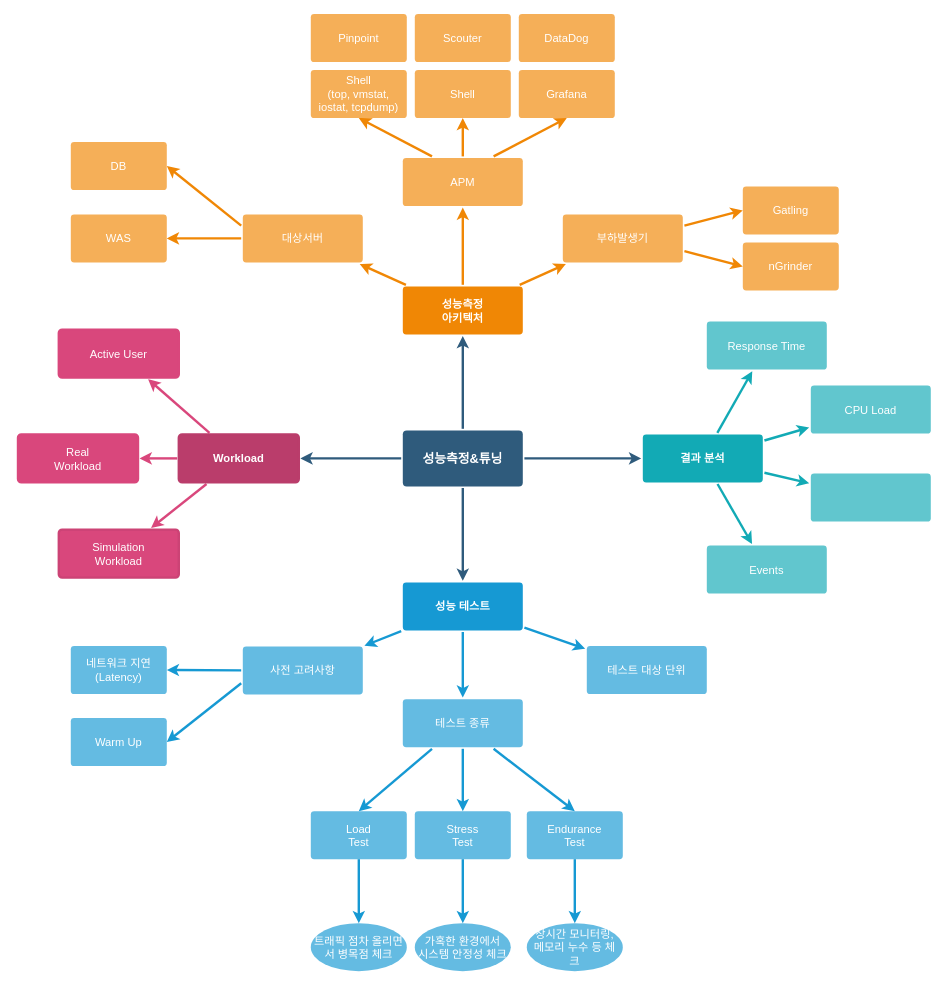
Earlier version of the draw.io diagram resources/application_performance.drawio (traeper/application_performance). Source tidied: cells renumbered, new cells numbered last; positions are measured from the earlier drawing's top-left corner, leaving out a move shared by most shapes. Both pictures are drawn from the tidied source at 80%, with x=0, y=0 at pixel (18, 14).
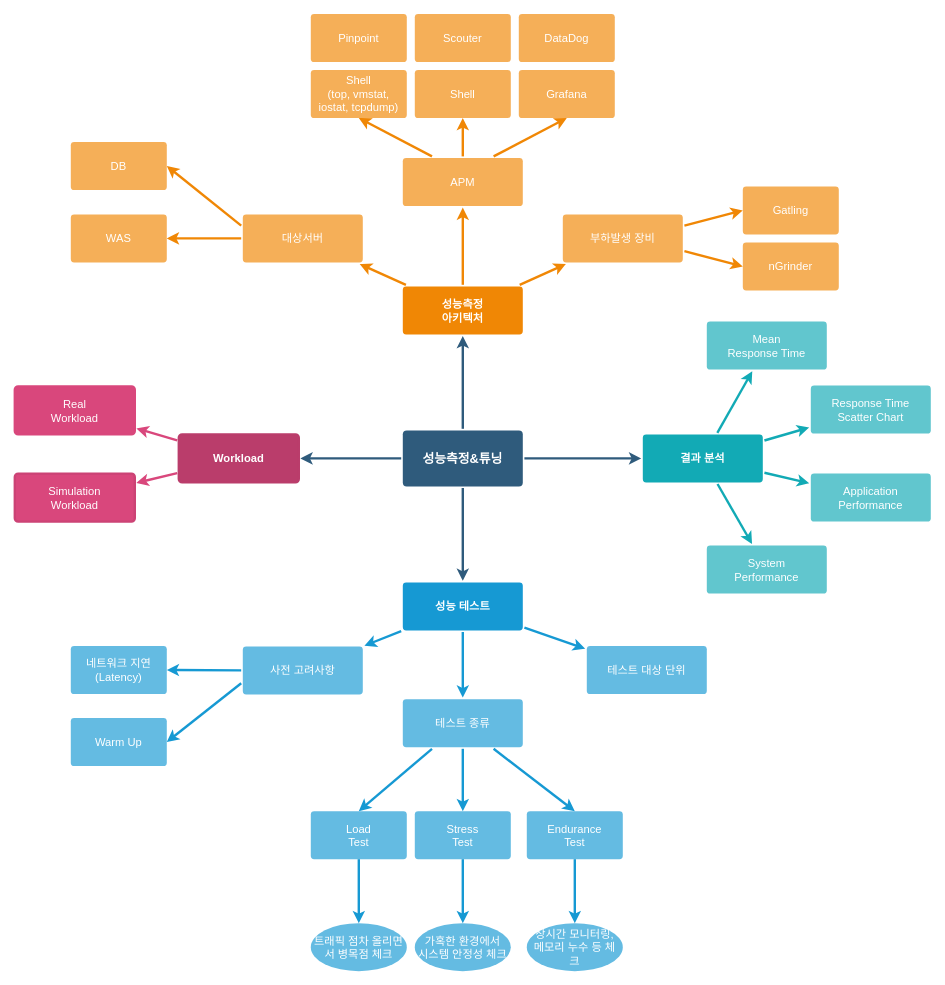
After the change.

The change refers to these unchanged cells:
```xml
<mxCell id="10" value="Workload" style="rounded=1;whiteSpace=wrap;html=1;shadow=0;labelBackgroundColor=none;strokeColor=#BA3D6B;strokeWidth=3;fillColor=#BA3D6B;fontFamily=Helvetica;fontSize=14;fontColor=#FFFFFF;align=center;spacing=5;fontStyle=1;arcSize=7;perimeterSpacing=2;" parent="1" vertex="1">
  <mxGeometry x="201" y="525.5" width="150" height="60" as="geometry" />
</mxCell>
```

Change to the diagram source:
```diff
@@
-    <mxCell id="7" style="edgeStyle=none;rounded=1;jumpStyle=none;html=1;shadow=0;labelBackgroundColor=none;startArrow=none;startFill=0;jettySize=auto;strokeColor=#D9477C;strokeWidth=3;fontFamily=Helvetica;fontSize=14;fontColor=#FFFFFF;spacing=5;fontStyle=1;fillColor=#60a917;" parent="1" edge="1" source="10" target="13">
-      <mxGeometry relative="1" as="geometry" />
-    </mxCell>
@@
     <mxCell id="11" value="Simulation &lt;br&gt;Workload" style="rounded=1;whiteSpace=wrap;html=1;shadow=0;labelBackgroundColor=none;strokeColor=#CC4375;strokeWidth=3;fillColor=#D9477C;fontFamily=Helvetica;fontSize=14;fontColor=#ffffff;align=center;spacing=5;fontStyle=0;arcSize=7;perimeterSpacing=2;" parent="1" vertex="1">
-      <mxGeometry x="51" y="644.5" width="150" height="60" as="geometry" />
+      <mxGeometry x="-4" y="574.5" width="150" height="60" as="geometry" />
     </mxCell>
     <mxCell id="12" value="Real&lt;br&gt;Workload" style="rounded=1;whiteSpace=wrap;html=1;shadow=0;labelBackgroundColor=none;strokeColor=#D9477C;strokeWidth=3;fillColor=#D9477C;fontFamily=Helvetica;fontSize=14;fontColor=#ffffff;align=center;spacing=5;fontStyle=0;arcSize=7;perimeterSpacing=2;" parent="1" vertex="1">
-      <mxGeometry y="525.5" width="150" height="60" as="geometry" />
+      <mxGeometry x="-4" y="465.5" width="150" height="60" as="geometry" />
     </mxCell>
-    <mxCell id="13" value="Active User" style="rounded=1;whiteSpace=wrap;html=1;shadow=0;labelBackgroundColor=none;strokeColor=#D9477C;strokeWidth=3;fillColor=#D9477C;fontFamily=Helvetica;fontSize=14;fontColor=#ffffff;align=center;spacing=5;fontStyle=0;arcSize=7;perimeterSpacing=2;" parent="1" vertex="1">
-      <mxGeometry x="51" y="394.5" width="150" height="60" as="geometry" />
-    </mxCell>
@@
-    <mxCell id="22" value="부하발생기" style="rounded=1;whiteSpace=wrap;html=1;shadow=0;labelBackgroundColor=none;strokeColor=none;strokeWidth=3;fillColor=#f5af58;fontFamily=Helvetica;fontSize=14;fontColor=#FFFFFF;align=center;spacing=5;arcSize=7;perimeterSpacing=2;" parent="1" vertex="1">
+    <mxCell id="22" value="부하발생 장비" style="rounded=1;whiteSpace=wrap;html=1;shadow=0;labelBackgroundColor=none;strokeColor=none;strokeWidth=3;fillColor=#f5af58;fontFamily=Helvetica;fontSize=14;fontColor=#FFFFFF;align=center;spacing=5;arcSize=7;perimeterSpacing=2;" parent="1" vertex="1">
       <mxGeometry x="681" y="250.5" width="150" height="60" as="geometry" />
     </mxCell>
@@
-    <mxCell id="29" value="Events" style="rounded=1;whiteSpace=wrap;html=1;shadow=0;labelBackgroundColor=none;strokeColor=none;strokeWidth=3;fillColor=#61c6ce;fontFamily=Helvetica;fontSize=14;fontColor=#FFFFFF;align=center;spacing=5;fontStyle=0;arcSize=7;perimeterSpacing=2;" parent="1" vertex="1">
+    <mxCell id="29" value="System&lt;br&gt;Performance" style="rounded=1;whiteSpace=wrap;html=1;shadow=0;labelBackgroundColor=none;strokeColor=none;strokeWidth=3;fillColor=#61c6ce;fontFamily=Helvetica;fontSize=14;fontColor=#FFFFFF;align=center;spacing=5;fontStyle=0;arcSize=7;perimeterSpacing=2;" parent="1" vertex="1">
       <mxGeometry x="861" y="664.5" width="150" height="60" as="geometry" />
     </mxCell>
@@
-    <mxCell id="31" style="rounded=1;whiteSpace=wrap;html=1;shadow=0;labelBackgroundColor=none;strokeColor=none;strokeWidth=3;fillColor=#61c6ce;fontFamily=Helvetica;fontSize=14;fontColor=#FFFFFF;align=center;spacing=5;fontStyle=0;arcSize=7;perimeterSpacing=2;" parent="1" vertex="1">
+    <mxCell id="31" value="Application&lt;br&gt;Performance" style="rounded=1;whiteSpace=wrap;html=1;shadow=0;labelBackgroundColor=none;strokeColor=none;strokeWidth=3;fillColor=#61c6ce;fontFamily=Helvetica;fontSize=14;fontColor=#FFFFFF;align=center;spacing=5;fontStyle=0;arcSize=7;perimeterSpacing=2;" parent="1" vertex="1">
       <mxGeometry x="991" y="574.5" width="150" height="60" as="geometry" />
     </mxCell>
@@
-    <mxCell id="33" value="CPU Load" style="rounded=1;whiteSpace=wrap;html=1;shadow=0;labelBackgroundColor=none;strokeColor=none;strokeWidth=3;fillColor=#61c6ce;fontFamily=Helvetica;fontSize=14;fontColor=#FFFFFF;align=center;spacing=5;fontStyle=0;arcSize=7;perimeterSpacing=2;" parent="1" vertex="1">
+    <mxCell id="33" value="Response Time&lt;br&gt;Scatter Chart" style="rounded=1;whiteSpace=wrap;html=1;shadow=0;labelBackgroundColor=none;strokeColor=none;strokeWidth=3;fillColor=#61c6ce;fontFamily=Helvetica;fontSize=14;fontColor=#FFFFFF;align=center;spacing=5;fontStyle=0;arcSize=7;perimeterSpacing=2;" parent="1" vertex="1">
       <mxGeometry x="991" y="464.5" width="150" height="60" as="geometry" />
     </mxCell>
@@
-    <mxCell id="35" value="Response Time" style="rounded=1;whiteSpace=wrap;html=1;shadow=0;labelBackgroundColor=none;strokeColor=none;strokeWidth=3;fillColor=#61c6ce;fontFamily=Helvetica;fontSize=14;fontColor=#FFFFFF;align=center;spacing=5;fontStyle=0;arcSize=7;perimeterSpacing=2;" parent="1" vertex="1">
+    <mxCell id="35" value="Mean&lt;br&gt;Response Time" style="rounded=1;whiteSpace=wrap;html=1;shadow=0;labelBackgroundColor=none;strokeColor=none;strokeWidth=3;fillColor=#61c6ce;fontFamily=Helvetica;fontSize=14;fontColor=#FFFFFF;align=center;spacing=5;fontStyle=0;arcSize=7;perimeterSpacing=2;" parent="1" vertex="1">
       <mxGeometry x="861" y="384.5" width="150" height="60" as="geometry" />
     </mxCell>
```
